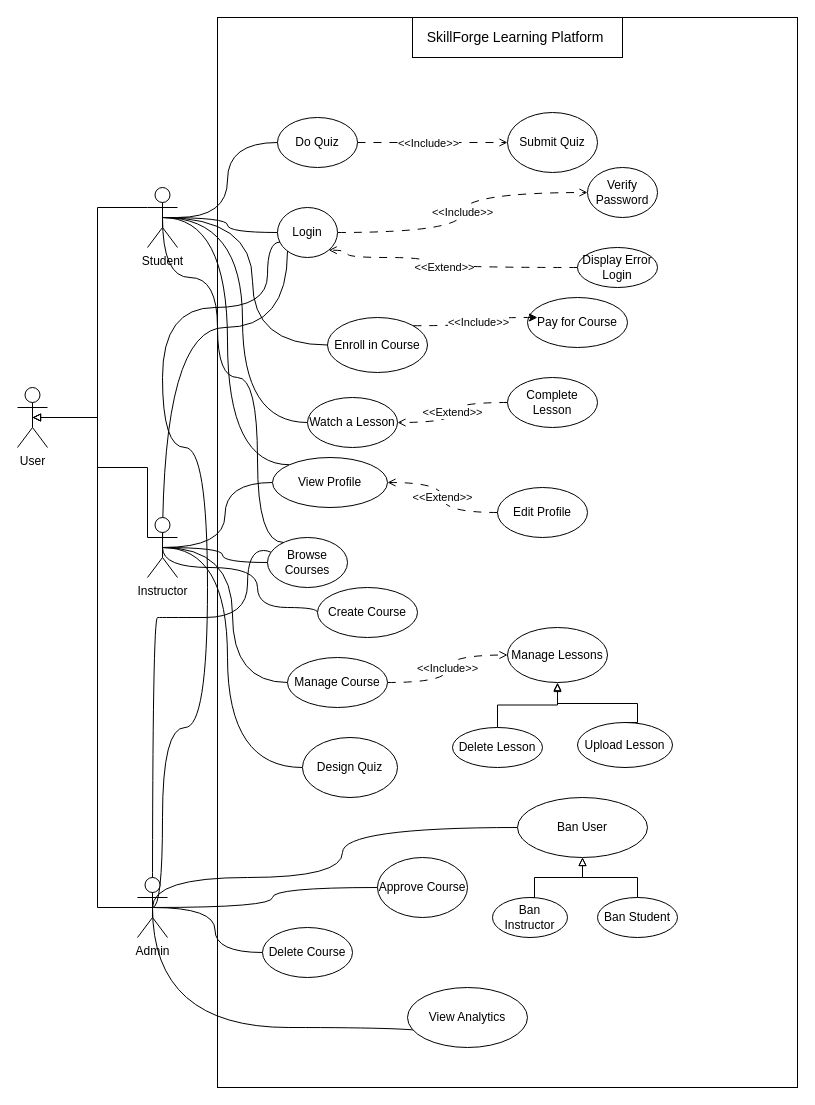
Above: Use_Case_Skillforge_Lab5.drawio in Abdelrahman-Ehab1/Project-3 (draw.io), before the change. Source tidied: cells renumbered, new cells numbered last; positions are measured from the earlier drawing's top-left corner, leaving out a move shared by most shapes. Both pictures are drawn from the tidied source at 100%, with x=0, y=0 at pixel (17, 17).
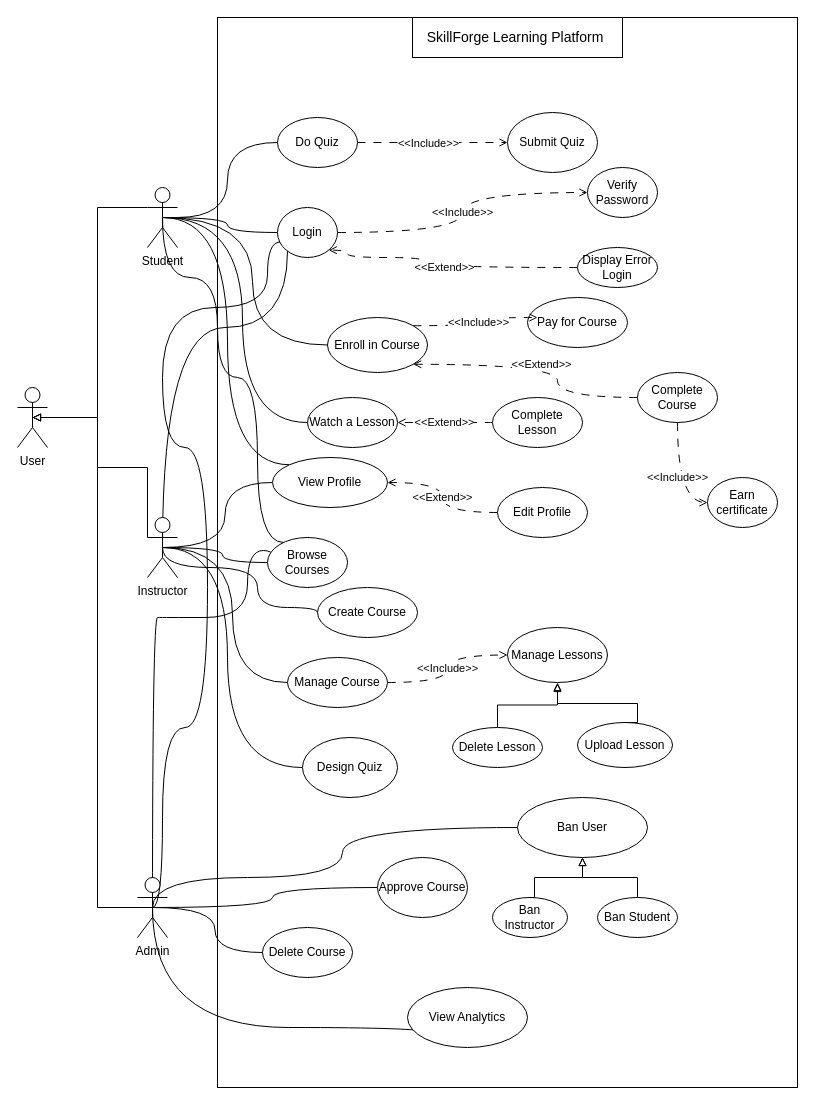
The same page after the edit.

Commit message (it also covers changes not shown here):
use case update

Unchanged cells that the change refers to:
```xml
<mxCell id="35" value="Enroll in Course" style="ellipse;whiteSpace=wrap;html=1;" parent="1" vertex="1">
  <mxGeometry x="310" y="300" width="100" height="55" as="geometry" />
</mxCell>
<mxCell id="36" value="Pay for Course" style="ellipse;whiteSpace=wrap;html=1;" parent="1" vertex="1">
  <mxGeometry x="510" y="280" width="100" height="50" as="geometry" />
</mxCell>
```

The edit, as a diff of the source:
```diff
@@
+    <mxCell id="66" value="&amp;lt;&amp;lt;Extend&amp;gt;&amp;gt;" style="edgeStyle=orthogonalEdgeStyle;rounded=0;jettySize=auto;html=1;exitX=0;exitY=0.5;exitDx=0;exitDy=0;entryX=1;entryY=1;entryDx=0;entryDy=0;curved=1;dashed=1;dashPattern=8 8;endArrow=open;endFill=0;" parent="1" edge="1" source="69" target="35">
+      <mxGeometry relative="1" as="geometry">
+        <Array as="points">
+          <mxPoint x="540" y="380" />
+          <mxPoint x="540" y="347" />
+        </Array>
+      </mxGeometry>
+    </mxCell>
@@
-    <mxCell id="37" style="edgeStyle=orthogonalEdgeStyle;rounded=0;jettySize=auto;html=1;exitX=1;exitY=0;exitDx=0;exitDy=0;entryX=0.1;entryY=0.4;entryDx=0;entryDy=0;entryPerimeter=0;curved=1;dashed=1;dashPattern=8 8;" parent="1" edge="1" source="35" target="36">
+    <mxCell id="37" style="edgeStyle=orthogonalEdgeStyle;rounded=0;jettySize=auto;html=1;exitX=1;exitY=0;exitDx=0;exitDy=0;entryX=0.1;entryY=0.4;entryDx=0;entryDy=0;entryPerimeter=0;curved=1;dashed=1;dashPattern=8 8;endArrow=open;endFill=0;" parent="1" edge="1" source="35" target="36">
       <mxGeometry relative="1" as="geometry" />
     </mxCell>
@@
     <mxCell id="41" value="Complete Lesson" style="ellipse;whiteSpace=wrap;html=1;" parent="1" vertex="1">
-      <mxGeometry x="490" y="360" width="90" height="50" as="geometry" />
+      <mxGeometry x="475" y="380" width="90" height="50" as="geometry" />
     </mxCell>
@@
+    <mxCell id="67" value="Earn certificate" style="ellipse;whiteSpace=wrap;html=1;" parent="1" vertex="1">
+      <mxGeometry x="690" y="460" width="70" height="50" as="geometry" />
+    </mxCell>
+    <mxCell id="68" value="&amp;lt;&amp;lt;Include&amp;gt;&amp;gt;" style="edgeStyle=orthogonalEdgeStyle;rounded=0;jettySize=auto;html=1;exitX=0.5;exitY=1;exitDx=0;exitDy=0;entryX=0;entryY=0.5;entryDx=0;entryDy=0;curved=1;dashed=1;dashPattern=8 8;endArrow=open;endFill=0;" parent="1" edge="1" source="69" target="67">
+      <mxGeometry relative="1" as="geometry" />
+    </mxCell>
+    <mxCell id="69" value="Complete Course" style="ellipse;whiteSpace=wrap;html=1;" parent="1" vertex="1">
+      <mxGeometry x="620" y="355" width="80" height="50" as="geometry" />
+    </mxCell>
```
